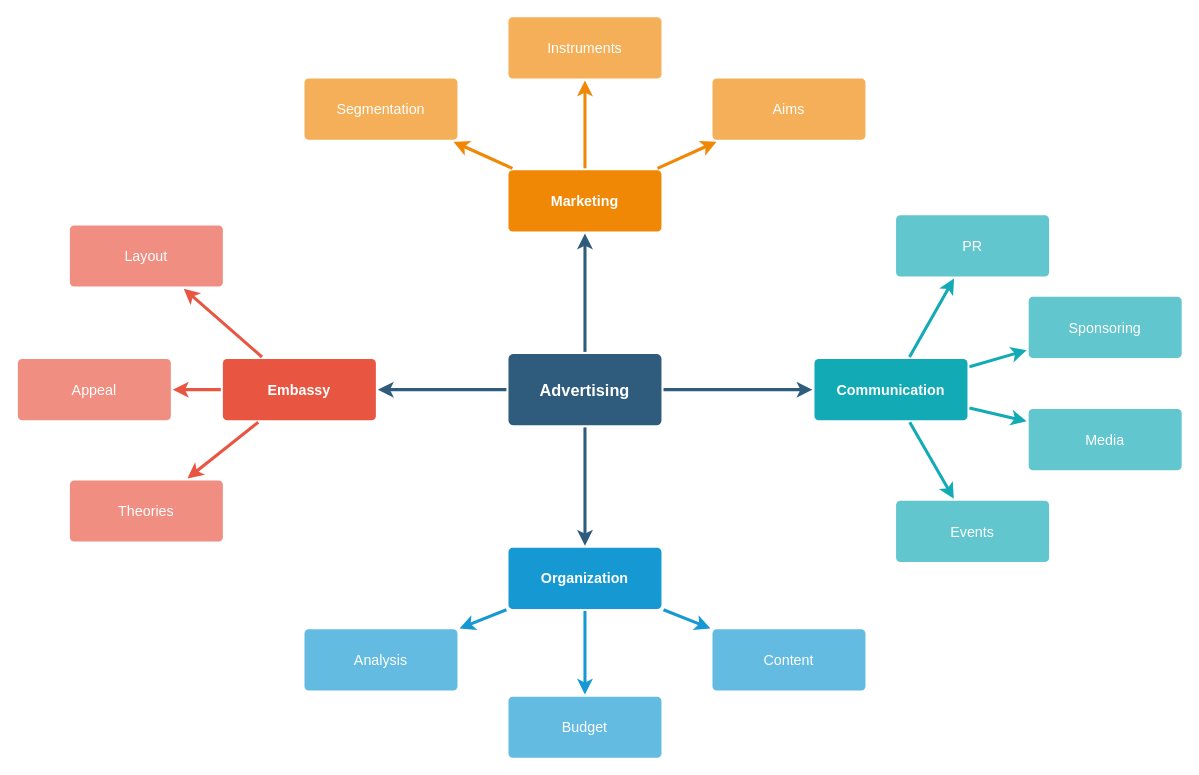
This is pertemuan1/mind map.drawio from nentinur/IF214002, a draw.io file, before an edit. Source tidied: cells renumbered, new cells numbered last; positions are measured from the earlier drawing's top-left corner, leaving out a move shared by most shapes. Both pictures are drawn from the tidied source at 102%, with x=0, y=0 at pixel (17, 16).
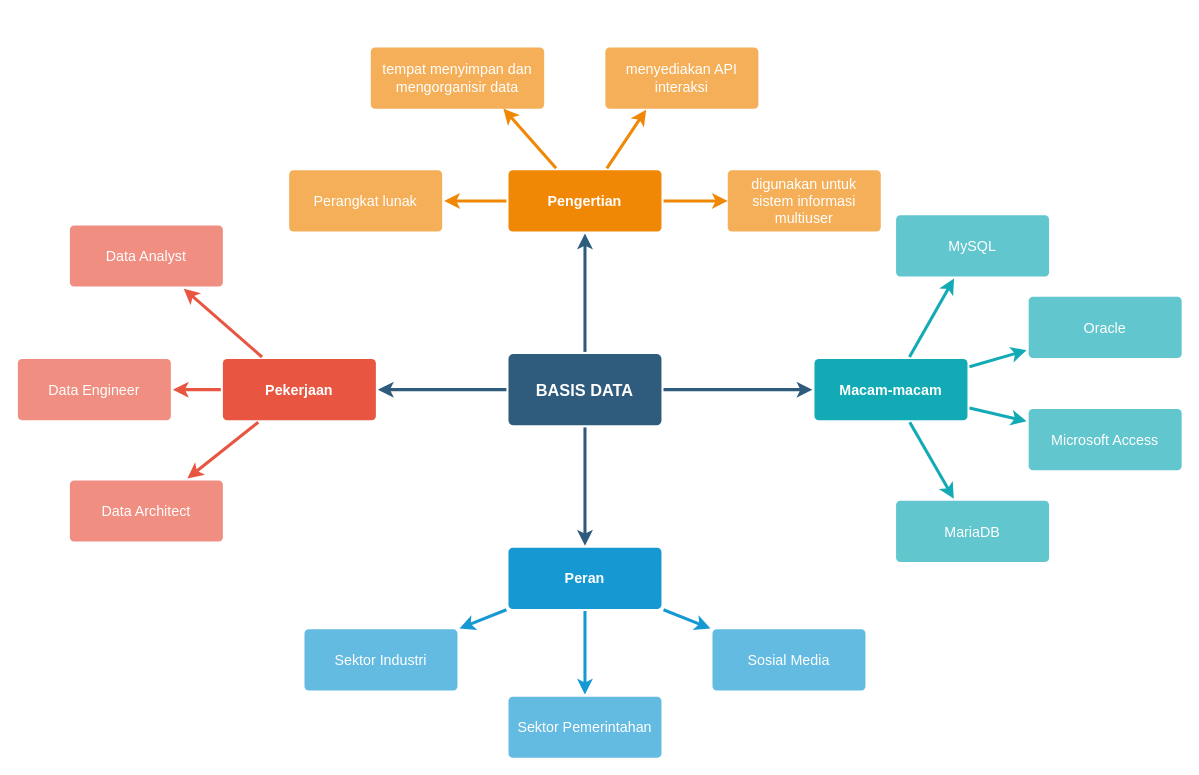
After the change.

Change to the diagram source:
```diff
@@
-    <mxCell id="6" value="Advertising" style="rounded=1;whiteSpace=wrap;html=1;shadow=0;labelBackgroundColor=none;strokeColor=none;strokeWidth=3;fillColor=#2F5B7C;fontFamily=Helvetica;fontSize=16;fontColor=#FFFFFF;align=center;fontStyle=1;spacing=5;arcSize=7;perimeterSpacing=2;" parent="1" vertex="1">
+    <mxCell id="6" value="BASIS DATA" style="rounded=1;whiteSpace=wrap;html=1;shadow=0;labelBackgroundColor=none;strokeColor=none;strokeWidth=3;fillColor=#2F5B7C;fontFamily=Helvetica;fontSize=16;fontColor=#FFFFFF;align=center;fontStyle=1;spacing=5;arcSize=7;perimeterSpacing=2;" parent="1" vertex="1">
       <mxGeometry x="481" y="330.5" width="150" height="70" as="geometry" />
     </mxCell>
@@
-    <mxCell id="10" value="Embassy" style="rounded=1;whiteSpace=wrap;html=1;shadow=0;labelBackgroundColor=none;strokeColor=none;strokeWidth=3;fillColor=#e85642;fontFamily=Helvetica;fontSize=14;fontColor=#FFFFFF;align=center;spacing=5;fontStyle=1;arcSize=7;perimeterSpacing=2;" parent="1" vertex="1">
+    <mxCell id="10" value="Pekerjaan" style="rounded=1;whiteSpace=wrap;html=1;shadow=0;labelBackgroundColor=none;strokeColor=none;strokeWidth=3;fillColor=#e85642;fontFamily=Helvetica;fontSize=14;fontColor=#FFFFFF;align=center;spacing=5;fontStyle=1;arcSize=7;perimeterSpacing=2;" parent="1" vertex="1">
       <mxGeometry x="201" y="335.5" width="150" height="60" as="geometry" />
     </mxCell>
-    <mxCell id="11" value="Theories" style="rounded=1;whiteSpace=wrap;html=1;shadow=0;labelBackgroundColor=none;strokeColor=none;strokeWidth=3;fillColor=#f08e81;fontFamily=Helvetica;fontSize=14;fontColor=#FFFFFF;align=center;spacing=5;fontStyle=0;arcSize=7;perimeterSpacing=2;" parent="1" vertex="1">
+    <mxCell id="11" value="Data Architect" style="rounded=1;whiteSpace=wrap;html=1;shadow=0;labelBackgroundColor=none;strokeColor=none;strokeWidth=3;fillColor=#f08e81;fontFamily=Helvetica;fontSize=14;fontColor=#FFFFFF;align=center;spacing=5;fontStyle=0;arcSize=7;perimeterSpacing=2;" parent="1" vertex="1">
       <mxGeometry x="51" y="454.5" width="150" height="60" as="geometry" />
     </mxCell>
-    <mxCell id="12" value="Appeal" style="rounded=1;whiteSpace=wrap;html=1;shadow=0;labelBackgroundColor=none;strokeColor=none;strokeWidth=3;fillColor=#f08e81;fontFamily=Helvetica;fontSize=14;fontColor=#FFFFFF;align=center;spacing=5;fontStyle=0;arcSize=7;perimeterSpacing=2;" parent="1" vertex="1">
+    <mxCell id="12" value="Data Engineer" style="rounded=1;whiteSpace=wrap;html=1;shadow=0;labelBackgroundColor=none;strokeColor=none;strokeWidth=3;fillColor=#f08e81;fontFamily=Helvetica;fontSize=14;fontColor=#FFFFFF;align=center;spacing=5;fontStyle=0;arcSize=7;perimeterSpacing=2;" parent="1" vertex="1">
       <mxGeometry y="335.5" width="150" height="60" as="geometry" />
     </mxCell>
-    <mxCell id="13" value="Layout" style="rounded=1;whiteSpace=wrap;html=1;shadow=0;labelBackgroundColor=none;strokeColor=none;strokeWidth=3;fillColor=#f08e81;fontFamily=Helvetica;fontSize=14;fontColor=#FFFFFF;align=center;spacing=5;fontStyle=0;arcSize=7;perimeterSpacing=2;" parent="1" vertex="1">
+    <mxCell id="13" value="Data Analyst" style="rounded=1;whiteSpace=wrap;html=1;shadow=0;labelBackgroundColor=none;strokeColor=none;strokeWidth=3;fillColor=#f08e81;fontFamily=Helvetica;fontSize=14;fontColor=#FFFFFF;align=center;spacing=5;fontStyle=0;arcSize=7;perimeterSpacing=2;" parent="1" vertex="1">
       <mxGeometry x="51" y="204.5" width="150" height="60" as="geometry" />
     </mxCell>
@@
-    <mxCell id="17" value="Organization" style="rounded=1;whiteSpace=wrap;html=1;shadow=0;labelBackgroundColor=none;strokeColor=none;strokeWidth=3;fillColor=#1699d3;fontFamily=Helvetica;fontSize=14;fontColor=#FFFFFF;align=center;spacing=5;fontStyle=1;arcSize=7;perimeterSpacing=2;" parent="1" vertex="1">
+    <mxCell id="17" value="Peran" style="rounded=1;whiteSpace=wrap;html=1;shadow=0;labelBackgroundColor=none;strokeColor=none;strokeWidth=3;fillColor=#1699d3;fontFamily=Helvetica;fontSize=14;fontColor=#FFFFFF;align=center;spacing=5;fontStyle=1;arcSize=7;perimeterSpacing=2;" parent="1" vertex="1">
       <mxGeometry x="481" y="520.5" width="150" height="60" as="geometry" />
     </mxCell>
-    <mxCell id="18" value="Content" style="rounded=1;whiteSpace=wrap;html=1;shadow=0;labelBackgroundColor=none;strokeColor=none;strokeWidth=3;fillColor=#64bbe2;fontFamily=Helvetica;fontSize=14;fontColor=#FFFFFF;align=center;spacing=5;arcSize=7;perimeterSpacing=2;" parent="1" vertex="1">
+    <mxCell id="18" value="Sosial Media" style="rounded=1;whiteSpace=wrap;html=1;shadow=0;labelBackgroundColor=none;strokeColor=none;strokeWidth=3;fillColor=#64bbe2;fontFamily=Helvetica;fontSize=14;fontColor=#FFFFFF;align=center;spacing=5;arcSize=7;perimeterSpacing=2;" parent="1" vertex="1">
       <mxGeometry x="681" y="600.5" width="150" height="60" as="geometry" />
     </mxCell>
-    <mxCell id="19" value="Budget" style="rounded=1;whiteSpace=wrap;html=1;shadow=0;labelBackgroundColor=none;strokeColor=none;strokeWidth=3;fillColor=#64bbe2;fontFamily=Helvetica;fontSize=14;fontColor=#FFFFFF;align=center;spacing=5;arcSize=7;perimeterSpacing=2;" parent="1" vertex="1">
+    <mxCell id="19" value="Sektor Pemerintahan" style="rounded=1;whiteSpace=wrap;html=1;shadow=0;labelBackgroundColor=none;strokeColor=none;strokeWidth=3;fillColor=#64bbe2;fontFamily=Helvetica;fontSize=14;fontColor=#FFFFFF;align=center;spacing=5;arcSize=7;perimeterSpacing=2;" parent="1" vertex="1">
       <mxGeometry x="481" y="666.5" width="150" height="60" as="geometry" />
     </mxCell>
-    <mxCell id="20" value="Analysis" style="rounded=1;whiteSpace=wrap;html=1;shadow=0;labelBackgroundColor=none;strokeColor=none;strokeWidth=3;fillColor=#64bbe2;fontFamily=Helvetica;fontSize=14;fontColor=#FFFFFF;align=center;spacing=5;arcSize=7;perimeterSpacing=2;" parent="1" vertex="1">
+    <mxCell id="20" value="Sektor Industri" style="rounded=1;whiteSpace=wrap;html=1;shadow=0;labelBackgroundColor=none;strokeColor=none;strokeWidth=3;fillColor=#64bbe2;fontFamily=Helvetica;fontSize=14;fontColor=#FFFFFF;align=center;spacing=5;arcSize=7;perimeterSpacing=2;" parent="1" vertex="1">
       <mxGeometry x="281" y="600.5" width="150" height="60" as="geometry" />
     </mxCell>
+    <mxCell id="37" style="edgeStyle=orthogonalEdgeStyle;rounded=0;jettySize=auto;html=1;fillColor=#ffe6cc;strokeColor=#F08705;strokeWidth=3;" parent="1" edge="1" source="21" target="38">
+      <mxGeometry relative="1" as="geometry" />
+    </mxCell>
-    <mxCell id="21" value="Marketing" style="rounded=1;whiteSpace=wrap;html=1;shadow=0;labelBackgroundColor=none;strokeColor=none;strokeWidth=3;fillColor=#F08705;fontFamily=Helvetica;fontSize=14;fontColor=#FFFFFF;align=center;spacing=5;fontStyle=1;arcSize=7;perimeterSpacing=2;" parent="1" vertex="1">
+    <mxCell id="21" value="Pengertian" style="rounded=1;whiteSpace=wrap;html=1;shadow=0;labelBackgroundColor=none;strokeColor=none;strokeWidth=3;fillColor=#F08705;fontFamily=Helvetica;fontSize=14;fontColor=#FFFFFF;align=center;spacing=5;fontStyle=1;arcSize=7;perimeterSpacing=2;" parent="1" vertex="1">
       <mxGeometry x="481" y="150.5" width="150" height="60" as="geometry" />
     </mxCell>
-    <mxCell id="22" value="Aims&lt;br&gt;" style="rounded=1;whiteSpace=wrap;html=1;shadow=0;labelBackgroundColor=none;strokeColor=none;strokeWidth=3;fillColor=#f5af58;fontFamily=Helvetica;fontSize=14;fontColor=#FFFFFF;align=center;spacing=5;arcSize=7;perimeterSpacing=2;" parent="1" vertex="1">
-      <mxGeometry x="681" y="60.5" width="150" height="60" as="geometry" />
+    <mxCell id="22" value="menyediakan API interaksi" style="rounded=1;whiteSpace=wrap;html=1;shadow=0;labelBackgroundColor=none;strokeColor=none;strokeWidth=3;fillColor=#f5af58;fontFamily=Helvetica;fontSize=14;fontColor=#FFFFFF;align=center;spacing=5;arcSize=7;perimeterSpacing=2;" parent="1" vertex="1">
+      <mxGeometry x="576" y="30" width="150" height="60" as="geometry" />
     </mxCell>
-    <mxCell id="23" style="edgeStyle=none;rounded=0;jumpStyle=none;html=1;shadow=0;labelBackgroundColor=none;startArrow=none;startFill=0;endArrow=classic;endFill=1;jettySize=auto;strokeColor=#F08705;strokeWidth=3;fontFamily=Helvetica;fontSize=14;fontColor=#FFFFFF;spacing=5;" parent="1" edge="1" source="21" target="22">
-      <mxGeometry relative="1" as="geometry" />
+    <mxCell id="23" style="edgeStyle=none;rounded=0;jumpStyle=none;html=1;shadow=0;labelBackgroundColor=none;startArrow=none;startFill=0;endArrow=classic;endFill=1;jettySize=auto;strokeColor=#F08705;strokeWidth=3;fontFamily=Helvetica;fontSize=14;fontColor=#FFFFFF;spacing=5;" parent="1" edge="1" source="21">
+      <mxGeometry relative="1" as="geometry">
+        <mxPoint x="616" y="91" as="targetPoint" />
+      </mxGeometry>
     </mxCell>
-    <mxCell id="24" value="Instruments" style="rounded=1;whiteSpace=wrap;html=1;shadow=0;labelBackgroundColor=none;strokeColor=none;strokeWidth=3;fillColor=#f5af58;fontFamily=Helvetica;fontSize=14;fontColor=#FFFFFF;align=center;spacing=5;arcSize=7;perimeterSpacing=2;" parent="1" vertex="1">
-      <mxGeometry x="481" y="0.5" width="150" height="60" as="geometry" />
+    <mxCell id="24" value="tempat menyimpan dan mengorganisir data" style="rounded=1;whiteSpace=wrap;html=1;shadow=0;labelBackgroundColor=none;strokeColor=none;strokeWidth=3;fillColor=#f5af58;fontFamily=Helvetica;fontSize=14;fontColor=#FFFFFF;align=center;spacing=5;arcSize=7;perimeterSpacing=2;" parent="1" vertex="1">
+      <mxGeometry x="346" y="30" width="170" height="60" as="geometry" />
     </mxCell>
-    <mxCell id="25" style="edgeStyle=none;rounded=0;jumpStyle=none;html=1;shadow=0;labelBackgroundColor=none;startArrow=none;startFill=0;endArrow=classic;endFill=1;jettySize=auto;strokeColor=#F08705;strokeWidth=3;fontFamily=Helvetica;fontSize=14;fontColor=#FFFFFF;spacing=5;" parent="1" edge="1" source="21" target="24">
-      <mxGeometry relative="1" as="geometry" />
+    <mxCell id="25" style="edgeStyle=none;rounded=0;jumpStyle=none;html=1;shadow=0;labelBackgroundColor=none;startArrow=none;startFill=0;endArrow=classic;endFill=1;jettySize=auto;strokeColor=#F08705;strokeWidth=3;fontFamily=Helvetica;fontSize=14;fontColor=#FFFFFF;spacing=5;" parent="1" edge="1" source="21">
+      <mxGeometry relative="1" as="geometry">
+        <mxPoint x="476" y="90" as="targetPoint" />
+      </mxGeometry>
     </mxCell>
-    <mxCell id="26" value="Segmentation" style="rounded=1;whiteSpace=wrap;html=1;shadow=0;labelBackgroundColor=none;strokeColor=none;strokeWidth=3;fillColor=#f5af58;fontFamily=Helvetica;fontSize=14;fontColor=#FFFFFF;align=center;spacing=5;arcSize=7;perimeterSpacing=2;" parent="1" vertex="1">
-      <mxGeometry x="281" y="60.5" width="150" height="60" as="geometry" />
+    <mxCell id="26" value="Perangkat lunak" style="rounded=1;whiteSpace=wrap;html=1;shadow=0;labelBackgroundColor=none;strokeColor=none;strokeWidth=3;fillColor=#f5af58;fontFamily=Helvetica;fontSize=14;fontColor=#FFFFFF;align=center;spacing=5;arcSize=7;perimeterSpacing=2;" parent="1" vertex="1">
+      <mxGeometry x="266" y="150.5" width="150" height="60" as="geometry" />
     </mxCell>
-    <mxCell id="27" style="edgeStyle=none;rounded=0;jumpStyle=none;html=1;shadow=0;labelBackgroundColor=none;startArrow=none;startFill=0;endArrow=classic;endFill=1;jettySize=auto;strokeColor=#F08705;strokeWidth=3;fontFamily=Helvetica;fontSize=14;fontColor=#FFFFFF;spacing=5;" parent="1" edge="1" source="21" target="26">
+    <mxCell id="27" style="edgeStyle=none;rounded=0;jumpStyle=none;html=1;shadow=0;labelBackgroundColor=none;startArrow=none;startFill=0;endArrow=classic;endFill=1;jettySize=auto;strokeColor=#F08705;strokeWidth=3;fontFamily=Helvetica;fontSize=14;fontColor=#FFFFFF;spacing=5;exitX=0;exitY=0.5;exitDx=0;exitDy=0;entryX=1;entryY=0.5;entryDx=0;entryDy=0;" parent="1" edge="1" source="21" target="26">
       <mxGeometry relative="1" as="geometry" />
     </mxCell>
-    <mxCell id="28" value="Communication" style="rounded=1;whiteSpace=wrap;html=1;shadow=0;labelBackgroundColor=none;strokeColor=none;strokeWidth=3;fillColor=#12aab5;fontFamily=Helvetica;fontSize=14;fontColor=#FFFFFF;align=center;spacing=5;fontStyle=1;arcSize=7;perimeterSpacing=2;" parent="1" vertex="1">
+    <mxCell id="28" value="Macam-macam" style="rounded=1;whiteSpace=wrap;html=1;shadow=0;labelBackgroundColor=none;strokeColor=none;strokeWidth=3;fillColor=#12aab5;fontFamily=Helvetica;fontSize=14;fontColor=#FFFFFF;align=center;spacing=5;fontStyle=1;arcSize=7;perimeterSpacing=2;" parent="1" vertex="1">
       <mxGeometry x="781" y="335.5" width="150" height="60" as="geometry" />
     </mxCell>
-    <mxCell id="29" value="Events" style="rounded=1;whiteSpace=wrap;html=1;shadow=0;labelBackgroundColor=none;strokeColor=none;strokeWidth=3;fillColor=#61c6ce;fontFamily=Helvetica;fontSize=14;fontColor=#FFFFFF;align=center;spacing=5;fontStyle=0;arcSize=7;perimeterSpacing=2;" parent="1" vertex="1">
+    <mxCell id="29" value="MariaDB" style="rounded=1;whiteSpace=wrap;html=1;shadow=0;labelBackgroundColor=none;strokeColor=none;strokeWidth=3;fillColor=#61c6ce;fontFamily=Helvetica;fontSize=14;fontColor=#FFFFFF;align=center;spacing=5;fontStyle=0;arcSize=7;perimeterSpacing=2;" parent="1" vertex="1">
       <mxGeometry x="861" y="474.5" width="150" height="60" as="geometry" />
     </mxCell>
@@
-    <mxCell id="31" value="Media" style="rounded=1;whiteSpace=wrap;html=1;shadow=0;labelBackgroundColor=none;strokeColor=none;strokeWidth=3;fillColor=#61c6ce;fontFamily=Helvetica;fontSize=14;fontColor=#FFFFFF;align=center;spacing=5;fontStyle=0;arcSize=7;perimeterSpacing=2;" parent="1" vertex="1">
+    <mxCell id="31" value="Microsoft Access" style="rounded=1;whiteSpace=wrap;html=1;shadow=0;labelBackgroundColor=none;strokeColor=none;strokeWidth=3;fillColor=#61c6ce;fontFamily=Helvetica;fontSize=14;fontColor=#FFFFFF;align=center;spacing=5;fontStyle=0;arcSize=7;perimeterSpacing=2;" parent="1" vertex="1">
       <mxGeometry x="991" y="384.5" width="150" height="60" as="geometry" />
     </mxCell>
@@
-    <mxCell id="33" value="Sponsoring" style="rounded=1;whiteSpace=wrap;html=1;shadow=0;labelBackgroundColor=none;strokeColor=none;strokeWidth=3;fillColor=#61c6ce;fontFamily=Helvetica;fontSize=14;fontColor=#FFFFFF;align=center;spacing=5;fontStyle=0;arcSize=7;perimeterSpacing=2;" parent="1" vertex="1">
+    <mxCell id="33" value="Oracle" style="rounded=1;whiteSpace=wrap;html=1;shadow=0;labelBackgroundColor=none;strokeColor=none;strokeWidth=3;fillColor=#61c6ce;fontFamily=Helvetica;fontSize=14;fontColor=#FFFFFF;align=center;spacing=5;fontStyle=0;arcSize=7;perimeterSpacing=2;" parent="1" vertex="1">
       <mxGeometry x="991" y="274.5" width="150" height="60" as="geometry" />
     </mxCell>
@@
-    <mxCell id="35" value="PR" style="rounded=1;whiteSpace=wrap;html=1;shadow=0;labelBackgroundColor=none;strokeColor=none;strokeWidth=3;fillColor=#61c6ce;fontFamily=Helvetica;fontSize=14;fontColor=#FFFFFF;align=center;spacing=5;fontStyle=0;arcSize=7;perimeterSpacing=2;" parent="1" vertex="1">
+    <mxCell id="35" value="MySQL" style="rounded=1;whiteSpace=wrap;html=1;shadow=0;labelBackgroundColor=none;strokeColor=none;strokeWidth=3;fillColor=#61c6ce;fontFamily=Helvetica;fontSize=14;fontColor=#FFFFFF;align=center;spacing=5;fontStyle=0;arcSize=7;perimeterSpacing=2;" parent="1" vertex="1">
       <mxGeometry x="861" y="194.5" width="150" height="60" as="geometry" />
     </mxCell>
@@
+    <mxCell id="38" value="&lt;span style=&quot;font-weight: normal&quot;&gt;&lt;font color=&quot;#ffffff&quot;&gt;digunakan untuk sistem informasi multiuser&lt;/font&gt;&lt;/span&gt;" style="whiteSpace=wrap;html=1;fontSize=14;fillColor=#F5AF58;strokeColor=none;rounded=1;shadow=0;labelBackgroundColor=none;strokeWidth=3;spacing=5;fontStyle=1;arcSize=7;" parent="1" vertex="1">
+      <mxGeometry x="696" y="150.5" width="150" height="60" as="geometry" />
+    </mxCell>
```
